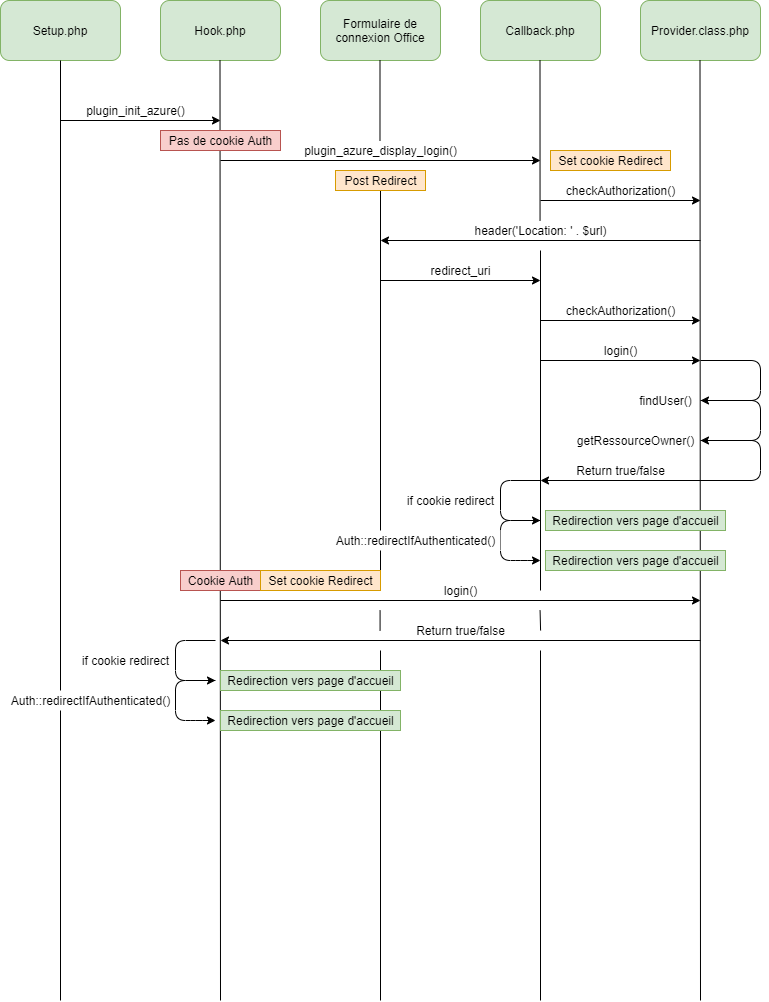
The draw.io diagram Azure-AD.png in virtazp/glpi_plugin_azure, before a commit. Source tidied: cells renumbered, new cells last; positions are measured from the earlier drawing's top-left corner, leaving out a move shared by most shapes.
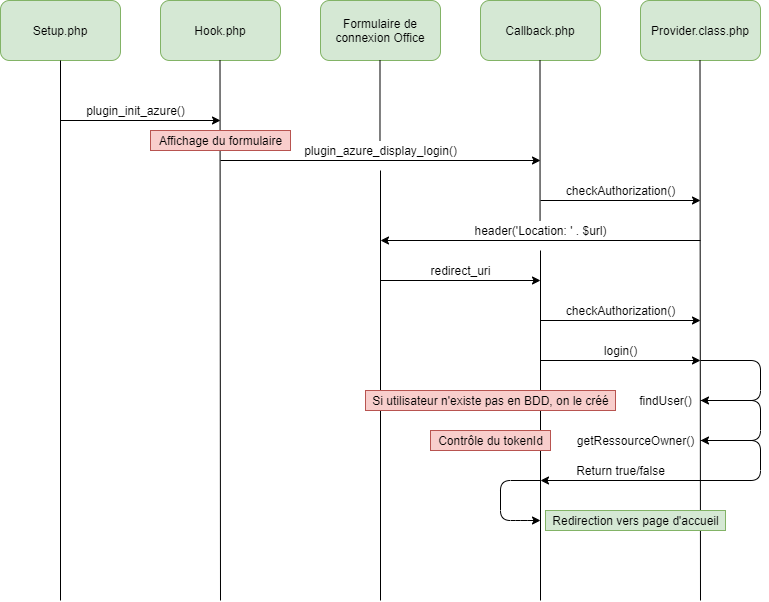
After the change.

Change to the diagram source:
```diff
@@ -19,12 +19,12 @@
     </mxCell>
     <mxCell id="7" style="endArrow=none;html=1;entryX=0.5;entryY=1;entryDx=0;entryDy=0;" parent="1" edge="1" target="2">
       <mxGeometry relative="1" as="geometry">
-        <mxPoint x="60" y="1000" as="sourcePoint" />
+        <mxPoint x="60" y="600" as="sourcePoint" />
       </mxGeometry>
     </mxCell>
     <mxCell id="8" style="endArrow=none;html=1;entryX=0.5;entryY=1;entryDx=0;entryDy=0;" parent="1" edge="1">
       <mxGeometry relative="1" as="geometry">
-        <mxPoint x="220" y="1000" as="sourcePoint" />
+        <mxPoint x="220" y="600" as="sourcePoint" />
         <mxPoint x="219.5" y="60" as="targetPoint" />
       </mxGeometry>
     </mxCell>
@@ -40,7 +40,7 @@
     </mxCell>
     <mxCell id="11" style="endArrow=none;html=1;entryX=0.5;entryY=1;entryDx=0;entryDy=0;" parent="1" edge="1">
       <mxGeometry relative="1" as="geometry">
-        <mxPoint x="700" y="1000" as="sourcePoint" />
+        <mxPoint x="700" y="600" as="sourcePoint" />
         <mxPoint x="699.5" y="60" as="targetPoint" />
       </mxGeometry>
     </mxCell>
@@ -73,13 +73,13 @@
     </mxCell>
     <mxCell id="17" style="endArrow=none;html=1;" parent="1" edge="1">
       <mxGeometry relative="1" as="geometry">
-        <mxPoint x="380" y="590" as="sourcePoint" />
+        <mxPoint x="380" y="600" as="sourcePoint" />
         <mxPoint x="380" y="170" as="targetPoint" />
       </mxGeometry>
     </mxCell>
     <mxCell id="18" style="endArrow=none;html=1;" parent="1" edge="1">
       <mxGeometry relative="1" as="geometry">
-        <mxPoint x="540" y="590" as="sourcePoint" />
+        <mxPoint x="540" y="600" as="sourcePoint" />
         <mxPoint x="540" y="250" as="targetPoint" />
       </mxGeometry>
     </mxCell>
@@ -155,57 +155,15 @@
         </Array>
       </mxGeometry>
     </mxCell>
-    <mxCell id="33" value="Pas de cookie Auth" style="text;html=1;align=center;verticalAlign=middle;fillColor=#f8cecc;strokeColor=#b85450;" parent="1" vertex="1">
-      <mxGeometry x="160" y="130" width="120" height="20" as="geometry" />
+    <mxCell id="33" value="Affichage du formulaire" style="text;html=1;align=center;verticalAlign=middle;fillColor=#f8cecc;strokeColor=#b85450;" parent="1" vertex="1">
+      <mxGeometry x="150" y="130" width="140" height="20" as="geometry" />
     </mxCell>
-    <mxCell id="34" style="endArrow=classic;html=1;sketch=0;shadow=0;" parent="1" edge="1">
-      <mxGeometry relative="1" as="geometry">
-        <mxPoint x="220" y="600" as="sourcePoint" />
-        <mxPoint x="700" y="600" as="targetPoint" />
-      </mxGeometry>
-    </mxCell>
-    <mxCell id="35" value="login()" style="text;html=1;align=center;verticalAlign=middle;" parent="1" vertex="1">
-      <mxGeometry x="435" y="580" width="50" height="20" as="geometry" />
-    </mxCell>
-    <mxCell id="36" style="endArrow=none;html=1;shadow=0;strokeColor=#000000;" parent="1" edge="1">
-      <mxGeometry relative="1" as="geometry">
-        <mxPoint x="379.6" y="630" as="sourcePoint" />
-        <mxPoint x="379.6" y="610" as="targetPoint" />
-      </mxGeometry>
-    </mxCell>
-    <mxCell id="37" style="endArrow=none;html=1;shadow=0;rounded=0;sketch=0;" parent="1" edge="1">
-      <mxGeometry relative="1" as="geometry">
-        <mxPoint x="540.1" y="630" as="sourcePoint" />
-        <mxPoint x="539.6" y="610" as="targetPoint" />
-      </mxGeometry>
-    </mxCell>
-    <mxCell id="38" value="Cookie Auth" style="text;html=1;align=center;verticalAlign=middle;fillColor=#f8cecc;strokeColor=#b85450;" parent="1" vertex="1">
-      <mxGeometry x="180" y="570" width="80" height="20" as="geometry" />
-    </mxCell>
     <mxCell id="39" value="Return true/false" style="text;html=1;align=center;verticalAlign=middle;" parent="1" vertex="1">
       <mxGeometry x="570" y="460" width="100" height="20" as="geometry" />
     </mxCell>
-    <mxCell id="40" value="Return true/false" style="text;html=1;align=center;verticalAlign=middle;" parent="1" vertex="1">
-      <mxGeometry x="410" y="620" width="100" height="20" as="geometry" />
-    </mxCell>
-    <mxCell id="41" style="endArrow=classic;html=1;shadow=0;strokeColor=#000000;" parent="1" edge="1">
-      <mxGeometry relative="1" as="geometry">
-        <mxPoint x="700" y="640" as="sourcePoint" />
-        <mxPoint x="220" y="640" as="targetPoint" />
-      </mxGeometry>
-    </mxCell>
     <mxCell id="42" value="Redirection vers page d'accueil" style="text;html=1;align=center;verticalAlign=middle;fillColor=#d5e8d4;strokeColor=#82b366;" parent="1" vertex="1">
       <mxGeometry x="545" y="510" width="180" height="20" as="geometry" />
     </mxCell>
-    <mxCell id="43" value="Post Redirect" style="text;html=1;align=center;verticalAlign=middle;fillColor=#ffe6cc;strokeColor=#d79b00;" parent="1" vertex="1">
-      <mxGeometry x="335" y="170" width="90" height="20" as="geometry" />
-    </mxCell>
-    <mxCell id="44" value="Set cookie Redirect" style="text;html=1;align=center;verticalAlign=middle;fillColor=#ffe6cc;strokeColor=#d79b00;" parent="1" vertex="1">
-      <mxGeometry x="550" y="150" width="120" height="20" as="geometry" />
-    </mxCell>
-    <mxCell id="45" value="Set cookie Redirect" style="text;html=1;align=center;verticalAlign=middle;fillColor=#ffe6cc;strokeColor=#d79b00;" parent="1" vertex="1">
-      <mxGeometry x="260" y="570" width="120" height="20" as="geometry" />
-    </mxCell>
     <mxCell id="46" style="endArrow=classic;html=1;shadow=0;strokeColor=#000000;" parent="1" edge="1">
       <mxGeometry relative="1" as="geometry">
         <mxPoint x="540" y="480" as="sourcePoint" />
@@ -217,71 +175,11 @@
         </Array>
       </mxGeometry>
     </mxCell>
-    <mxCell id="47" value="if cookie redirect" style="text;html=1;align=center;verticalAlign=middle;" parent="1" vertex="1">
-      <mxGeometry x="400" y="490" width="100" height="20" as="geometry" />
-    </mxCell>
-    <mxCell id="48" style="endArrow=classic;html=1;shadow=0;strokeColor=#000000;" parent="1" edge="1">
-      <mxGeometry relative="1" as="geometry">
-        <mxPoint x="540" y="520" as="sourcePoint" />
-        <mxPoint x="540" y="560" as="targetPoint" />
-        <Array as="points">
-          <mxPoint x="500" y="520" />
-          <mxPoint x="500" y="560" />
-          <mxPoint x="520" y="560" />
-        </Array>
-      </mxGeometry>
-    </mxCell>
-    <mxCell id="49" value="Auth::redirectIfAuthenticated()" style="text;html=1;align=center;verticalAlign=middle;fillColor=#ffffff;" parent="1" vertex="1">
-      <mxGeometry x="330" y="530" width="170" height="20" as="geometry" />
-    </mxCell>
-    <mxCell id="50" value="Redirection vers page d'accueil" style="text;html=1;align=center;verticalAlign=middle;fillColor=#d5e8d4;strokeColor=#82b366;" parent="1" vertex="1">
-      <mxGeometry x="545" y="550" width="180" height="20" as="geometry" />
-    </mxCell>
-    <mxCell id="51" value="if cookie redirect" style="text;html=1;align=center;verticalAlign=middle;" parent="1" vertex="1">
-      <mxGeometry x="75" y="650" width="100" height="20" as="geometry" />
-    </mxCell>
-    <mxCell id="52" style="endArrow=classic;html=1;shadow=0;strokeColor=#000000;" parent="1" edge="1">
-      <mxGeometry relative="1" as="geometry">
-        <mxPoint x="215" y="640" as="sourcePoint" />
-        <mxPoint x="215" y="680" as="targetPoint" />
-        <Array as="points">
-          <mxPoint x="175" y="640" />
-          <mxPoint x="175" y="680" />
-          <mxPoint x="195" y="680" />
-        </Array>
-      </mxGeometry>
-    </mxCell>
-    <mxCell id="53" value="Auth::redirectIfAuthenticated()" style="text;html=1;align=center;verticalAlign=middle;fillColor=#ffffff;" parent="1" vertex="1">
-      <mxGeometry x="5" y="690" width="170" height="20" as="geometry" />
-    </mxCell>
-    <mxCell id="54" style="endArrow=classic;html=1;shadow=0;strokeColor=#000000;" parent="1" edge="1">
-      <mxGeometry relative="1" as="geometry">
-        <mxPoint x="215" y="680" as="sourcePoint" />
-        <mxPoint x="215" y="720" as="targetPoint" />
-        <Array as="points">
-          <mxPoint x="175" y="680" />
-          <mxPoint x="175" y="720" />
-          <mxPoint x="195" y="720" />
-        </Array>
-      </mxGeometry>
-    </mxCell>
-    <mxCell id="55" style="endArrow=none;html=1;" parent="1" edge="1">
-      <mxGeometry relative="1" as="geometry">
-        <mxPoint x="380" y="1000" as="sourcePoint" />
-        <mxPoint x="380" y="650" as="targetPoint" />
-      </mxGeometry>
-    </mxCell>
-    <mxCell id="56" style="endArrow=none;html=1;" parent="1" edge="1">
-      <mxGeometry relative="1" as="geometry">
-        <mxPoint x="540" y="1000" as="sourcePoint" />
-        <mxPoint x="540" y="650" as="targetPoint" />
-      </mxGeometry>
-    </mxCell>
-    <mxCell id="57" value="Redirection vers page d'accueil" style="text;html=1;align=center;verticalAlign=middle;strokeColor=#82b366;fillColor=#d5e8d4;" parent="1" vertex="1">
-      <mxGeometry x="220" y="670" width="180" height="20" as="geometry" />
-    </mxCell>
-    <mxCell id="58" value="Redirection vers page d'accueil" style="text;html=1;align=center;verticalAlign=middle;fillColor=#d5e8d4;strokeColor=#82b366;" parent="1" vertex="1">
-      <mxGeometry x="220" y="710" width="180" height="20" as="geometry" />
-    </mxCell>
+    <mxCell id="59" value="Contrôle du tokenId" style="text;html=1;align=center;verticalAlign=middle;fillColor=#f8cecc;strokeColor=#b85450;" parent="1" vertex="1">
+      <mxGeometry x="430" y="430" width="120" height="20" as="geometry" />
+    </mxCell>
+    <mxCell id="60" value="Si utilisateur n'existe pas en BDD, on le créé" style="text;html=1;align=center;verticalAlign=middle;fillColor=#f8cecc;strokeColor=#b85450;" parent="1" vertex="1">
+      <mxGeometry x="365" y="390" width="250" height="20" as="geometry" />
+    </mxCell>
   </root>
 </mxGraphModel>
```
